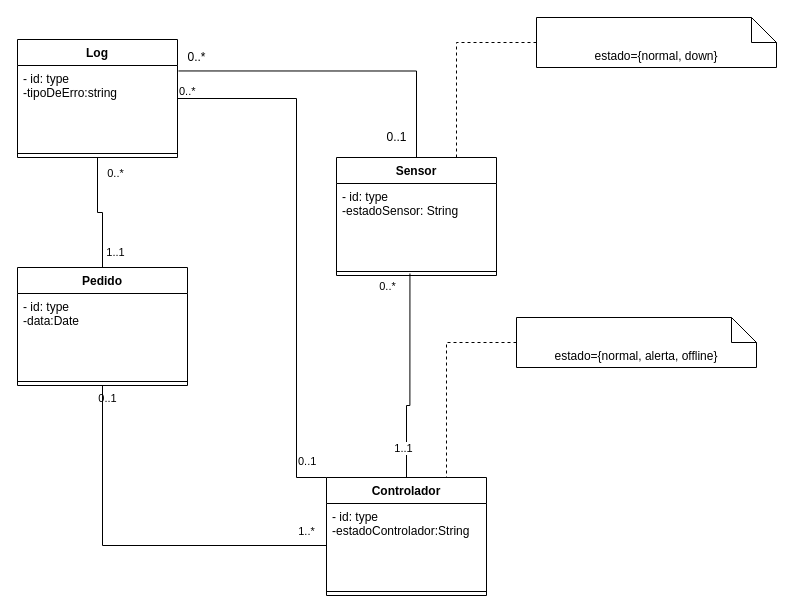
This is page "DClasses Sensor" (11 of 12) of Diagrama de Atividades_Trabalho_final.drawio from cunhaestgv/Colheitas, a draw.io file, before an edit. Source tidied: cells renumbered, new cells numbered last; positions are measured from the earlier drawing's top-left corner, leaving out a move shared by most shapes. Both pictures are drawn from the tidied source at 100%, with x=0, y=0 at pixel (17, 17).
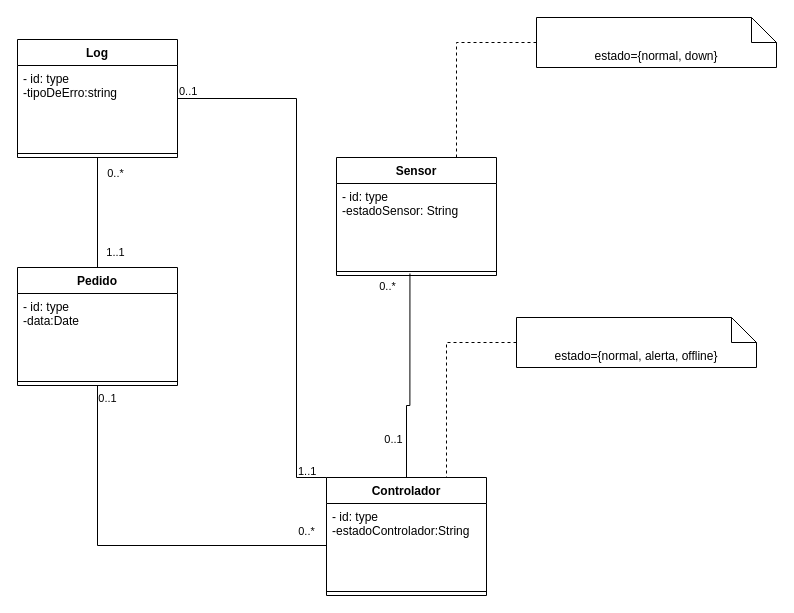
The same diagram, later.

Unchanged cells that the change refers to:
```xml
<mxCell id="3" value="Sensor" style="swimlane;fontStyle=1;align=center;verticalAlign=top;horizontal=1;startSize=26;" parent="1" vertex="1">
  <mxGeometry x="319" y="140" width="160" height="118" as="geometry" />
</mxCell>
<mxCell id="15" value="- id: type&#10;-tipoDeErro:string&#10;&#10;" style="text;strokeColor=none;fillColor=none;align=left;verticalAlign=top;spacingLeft=4;spacingRight=4;overflow=hidden;points=[[0,0.5],[1,0.5]];portConstraint=eastwest;" parent="14" vertex="1">
  <mxGeometry y="26" width="160" height="84" as="geometry" />
</mxCell>
```

The edit, as a diff of the source:
```diff
@@
-    <mxCell id="2" style="edgeStyle=orthogonalEdgeStyle;rounded=0;jettySize=auto;html=1;entryX=1.006;entryY=0.065;entryDx=0;entryDy=0;entryPerimeter=0;endArrow=none;endFill=0;" parent="1" edge="1" source="3" target="15">
-      <mxGeometry relative="1" as="geometry" />
-    </mxCell>
@@
     <mxCell id="18" value="Pedido" style="swimlane;fontStyle=1;align=center;verticalAlign=top;horizontal=1;startSize=26;" parent="1" vertex="1">
-      <mxGeometry y="250" width="170" height="118" as="geometry" />
+      <mxGeometry y="250" width="160" height="118" as="geometry" />
     </mxCell>
-    <mxCell id="19" value="- id: type&#10;-data:Date&#10;&#10;" style="text;strokeColor=none;fillColor=none;align=left;verticalAlign=top;spacingLeft=4;spacingRight=4;overflow=hidden;" parent="18" vertex="1">
-      <mxGeometry y="26" width="170" height="84" as="geometry" />
+    <mxCell id="19" value="- id: type&#10;-data:Date&#10;" style="text;strokeColor=none;fillColor=none;align=left;verticalAlign=top;spacingLeft=4;spacingRight=4;overflow=hidden;" parent="18" vertex="1">
+      <mxGeometry y="26" width="160" height="84" as="geometry" />
     </mxCell>
     <mxCell id="20" style="line;strokeWidth=1;fillColor=none;align=left;verticalAlign=middle;spacingTop=-1;spacingLeft=3;spacingRight=3;labelPosition=right;" parent="18" vertex="1">
-      <mxGeometry y="110" width="170" height="8" as="geometry" />
+      <mxGeometry y="110" width="160" height="8" as="geometry" />
     </mxCell>
-    <mxCell id="21" value="1..1" style="edgeLabel;html=1;align=center;verticalAlign=middle;" parent="1" vertex="1">
-      <mxGeometry x="375" y="421" as="geometry">
-        <mxPoint x="10" y="9" as="offset" />
-      </mxGeometry>
+    <mxCell id="21" value="0..1" style="edgeLabel;html=1;align=center;verticalAlign=middle;" parent="1" vertex="1">
+      <mxGeometry x="375" y="421" as="geometry" />
     </mxCell>
-    <mxCell id="22" value="1..*" style="edgeLabel;html=1;align=center;verticalAlign=middle;" parent="1" vertex="1">
+    <mxCell id="22" value="0..*" style="edgeLabel;html=1;align=center;verticalAlign=middle;" parent="1" vertex="1">
       <mxGeometry x="403.4" y="289" as="geometry">
         <mxPoint x="-115" y="224" as="offset" />
       </mxGeometry>
     </mxCell>
@@
-    <mxCell id="29" value="&lt;span style=&quot;color: rgb(0 , 0 , 0) ; font-family: &amp;#34;helvetica&amp;#34; ; font-size: 11px ; font-style: normal ; font-weight: 400 ; letter-spacing: normal ; text-align: center ; text-indent: 0px ; text-transform: none ; word-spacing: 0px ; background-color: rgb(255 , 255 , 255) ; display: inline ; float: none&quot;&gt;0..*&lt;/span&gt;" style="text;whiteSpace=wrap;html=1;" parent="1" vertex="1">
+    <mxCell id="29" value="&lt;span style=&quot;color: rgb(0 , 0 , 0) ; font-family: &amp;#34;helvetica&amp;#34; ; font-size: 11px ; font-style: normal ; font-weight: 400 ; letter-spacing: normal ; text-align: center ; text-indent: 0px ; text-transform: none ; word-spacing: 0px ; background-color: rgb(255 , 255 , 255) ; display: inline ; float: none&quot;&gt;0..1&lt;/span&gt;" style="text;whiteSpace=wrap;html=1;" parent="1" vertex="1">
       <mxGeometry x="160" y="60" width="40" height="30" as="geometry" />
     </mxCell>
-    <mxCell id="30" value="&lt;span style=&quot;color: rgb(0 , 0 , 0) ; font-family: &amp;#34;helvetica&amp;#34; ; font-size: 11px ; font-style: normal ; font-weight: 400 ; letter-spacing: normal ; text-align: center ; text-indent: 0px ; text-transform: none ; word-spacing: 0px ; background-color: rgb(255 , 255 , 255) ; display: inline ; float: none&quot;&gt;0..1&lt;/span&gt;" style="text;whiteSpace=wrap;html=1;" parent="1" vertex="1">
-      <mxGeometry x="279" y="430" width="40" height="30" as="geometry" />
+    <mxCell id="30" value="&lt;span style=&quot;color: rgb(0, 0, 0); font-family: helvetica; font-size: 11px; font-style: normal; font-weight: 400; letter-spacing: normal; text-align: center; text-indent: 0px; text-transform: none; word-spacing: 0px; background-color: rgb(255, 255, 255); display: inline; float: none;&quot;&gt;1..1&lt;/span&gt;" style="text;whiteSpace=wrap;html=1;" parent="1" vertex="1">
+      <mxGeometry x="279" y="440" width="40" height="30" as="geometry" />
     </mxCell>
-    <mxCell id="31" value="0..*" style="text;html=1;align=center;verticalAlign=middle;strokeColor=none;" parent="1" vertex="1">
-      <mxGeometry x="164" y="30" width="30" height="20" as="geometry" />
-    </mxCell>
-    <mxCell id="32" value="0..1" style="text;html=1;align=center;verticalAlign=middle;strokeColor=none;" parent="1" vertex="1">
-      <mxGeometry x="359" y="110" width="40" height="20" as="geometry" />
-    </mxCell>
```
